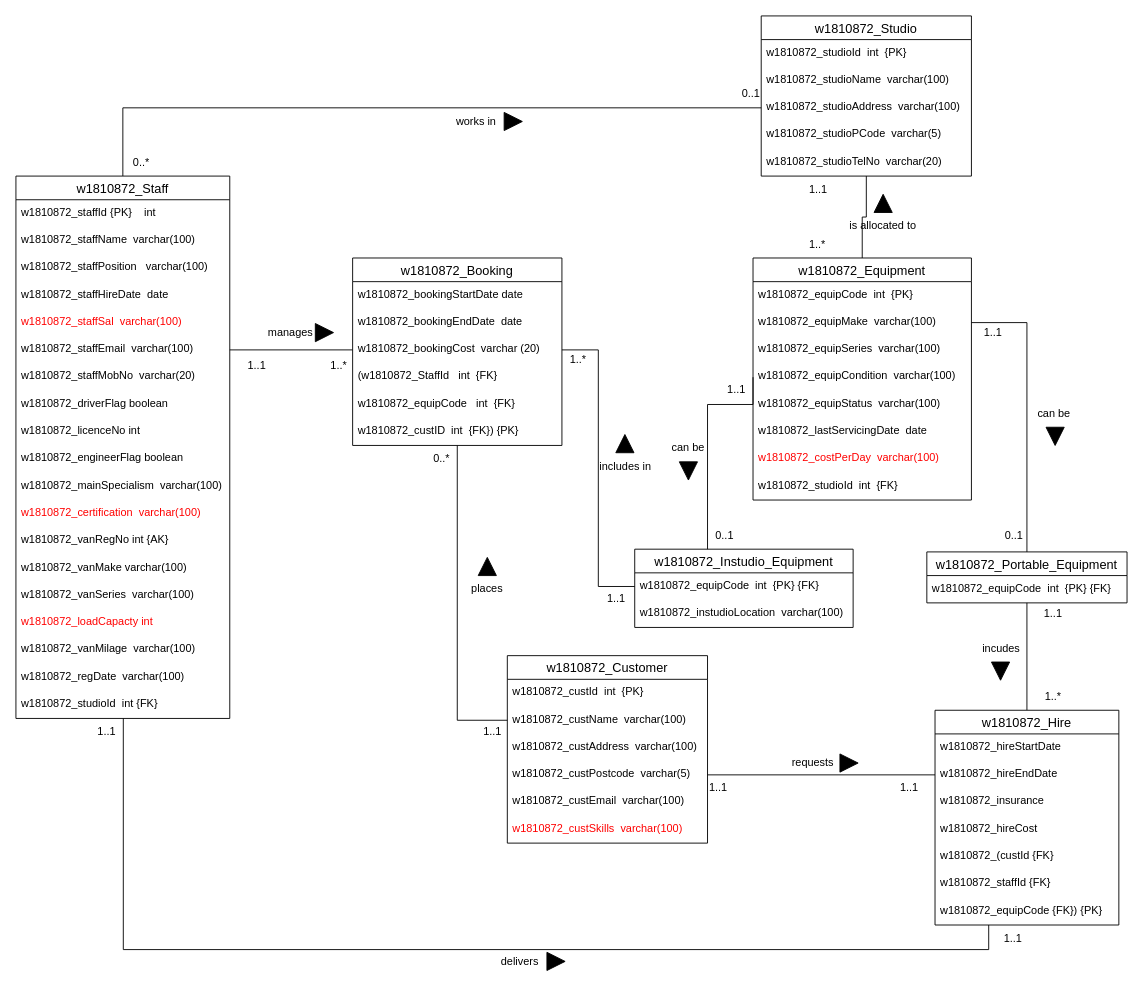
This is Part B/Part_B.drawio from ChitharaKarunasekera/DatabaseSystemsCoursework, a draw.io file, before an edit. Source tidied: cells renumbered, new cells numbered last; positions are measured from the earlier drawing's top-left corner, leaving out a move shared by most shapes. Both pictures are drawn from the tidied source at 91%, with x=0, y=0 at pixel (15, 15).
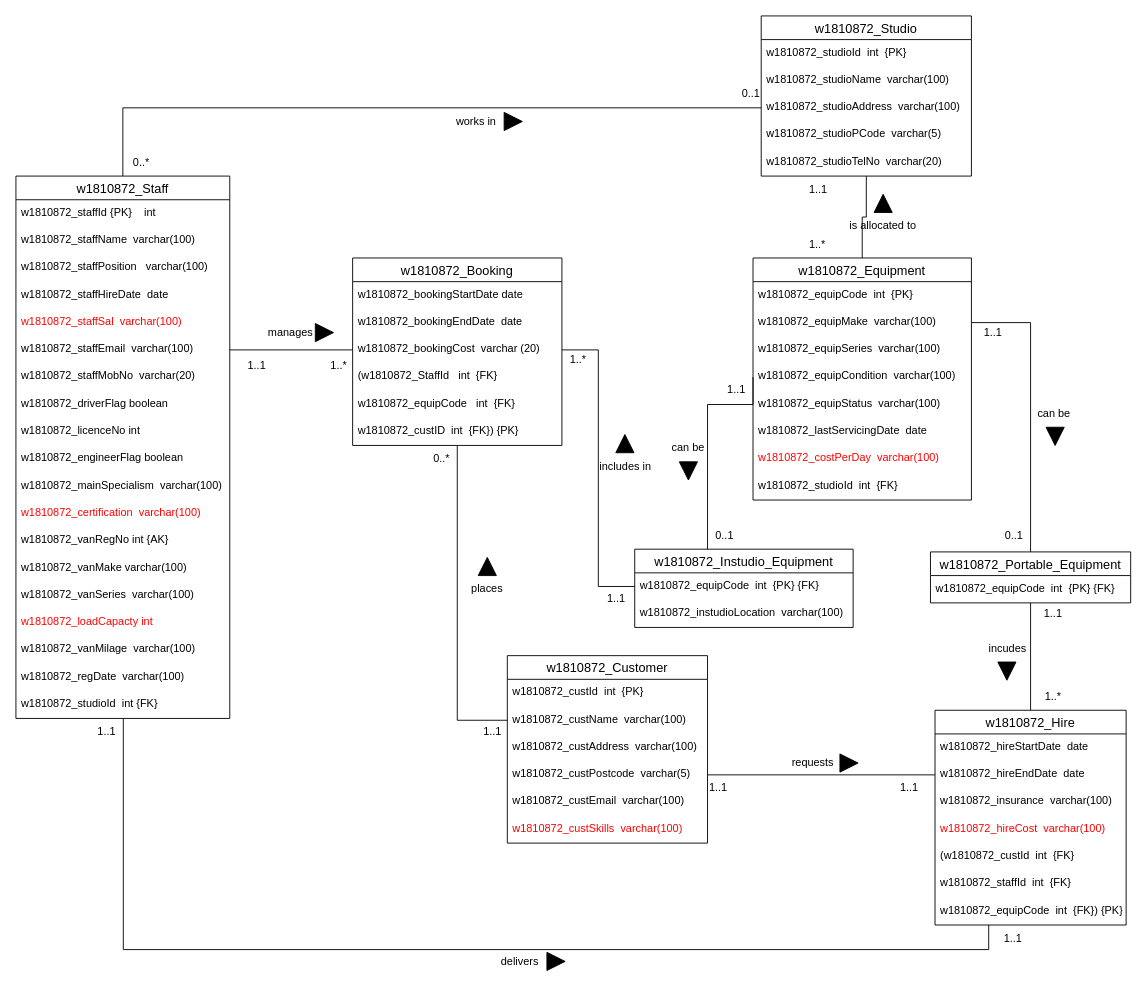
After the change.

Commit message:
added data types for all attributes

Change to the diagram source:
```diff
@@
     <mxCell id="37" value="w1810872_Portable_Equipment" style="swimlane;fontStyle=0;horizontal=1;startSize=26;align=center;fontSize=14;fontColor=#000000;" parent="1" vertex="1">
-      <mxGeometry x="1001" y="589" width="220" height="56" as="geometry" />
+      <mxGeometry x="1005" y="589" width="220" height="56" as="geometry" />
     </mxCell>
@@
     <mxCell id="77" value="w1810872_Hire" style="swimlane;fontStyle=0;horizontal=1;startSize=26;align=center;fontSize=14;fontColor=#000000;" parent="1" vertex="1">
-      <mxGeometry x="1010" y="763" width="202" height="236" as="geometry" />
+      <mxGeometry x="1010" y="763" width="210" height="236" as="geometry" />
     </mxCell>
-    <mxCell id="78" value="w1810872_hireStartDate" style="text;strokeColor=none;fillColor=none;spacingLeft=4;spacingRight=4;overflow=hidden;fontSize=12;fontColor=#000000;" parent="77" vertex="1">
-      <mxGeometry y="26" width="202" height="30" as="geometry" />
+    <mxCell id="78" value="w1810872_hireStartDate  date" style="text;strokeColor=none;fillColor=none;spacingLeft=4;spacingRight=4;overflow=hidden;fontSize=12;fontColor=#000000;" parent="77" vertex="1">
+      <mxGeometry y="26" width="210" height="30" as="geometry" />
     </mxCell>
-    <mxCell id="79" value="w1810872_hireEndDate" style="text;strokeColor=none;fillColor=none;spacingLeft=4;spacingRight=4;overflow=hidden;points=[[0,0.5],[1,0.5]];portConstraint=eastwest;fontSize=12;fontColor=#000000;" parent="77" vertex="1">
-      <mxGeometry y="56" width="202" height="30" as="geometry" />
+    <mxCell id="79" value="w1810872_hireEndDate  date" style="text;strokeColor=none;fillColor=none;spacingLeft=4;spacingRight=4;overflow=hidden;points=[[0,0.5],[1,0.5]];portConstraint=eastwest;fontSize=12;fontColor=#000000;" parent="77" vertex="1">
+      <mxGeometry y="56" width="210" height="30" as="geometry" />
     </mxCell>
-    <mxCell id="80" value="w1810872_insurance" style="text;strokeColor=none;fillColor=none;spacingLeft=4;spacingRight=4;overflow=hidden;fontSize=12;fontColor=#000000;" parent="77" vertex="1">
-      <mxGeometry y="86" width="202" height="30" as="geometry" />
+    <mxCell id="80" value="w1810872_insurance  varchar(100)" style="text;strokeColor=none;fillColor=none;spacingLeft=4;spacingRight=4;overflow=hidden;fontSize=12;fontColor=#000000;" parent="77" vertex="1">
+      <mxGeometry y="86" width="210" height="30" as="geometry" />
     </mxCell>
-    <mxCell id="81" value="w1810872_hireCost" style="text;strokeColor=none;fillColor=none;spacingLeft=4;spacingRight=4;overflow=hidden;fontSize=12;fontColor=#000000;" parent="77" vertex="1">
-      <mxGeometry y="116" width="202" height="30" as="geometry" />
+    <mxCell id="81" value="w1810872_hireCost  varchar(100)" style="text;strokeColor=none;fillColor=none;spacingLeft=4;spacingRight=4;overflow=hidden;fontSize=12;fontColor=#FF0000;" parent="77" vertex="1">
+      <mxGeometry y="116" width="210" height="30" as="geometry" />
     </mxCell>
-    <mxCell id="82" value="w1810872_(custId {FK}" style="text;strokeColor=none;fillColor=none;spacingLeft=4;spacingRight=4;overflow=hidden;fontSize=12;fontColor=#000000;" parent="77" vertex="1">
-      <mxGeometry y="146" width="202" height="30" as="geometry" />
+    <mxCell id="82" value="(w1810872_custId  int  {FK}" style="text;strokeColor=none;fillColor=none;spacingLeft=4;spacingRight=4;overflow=hidden;fontSize=12;fontColor=#000000;" parent="77" vertex="1">
+      <mxGeometry y="146" width="210" height="30" as="geometry" />
     </mxCell>
-    <mxCell id="83" value="w1810872_staffId {FK}" style="text;strokeColor=none;fillColor=none;spacingLeft=4;spacingRight=4;overflow=hidden;fontSize=12;" parent="77" vertex="1">
-      <mxGeometry y="176" width="202" height="30" as="geometry" />
+    <mxCell id="83" value="w1810872_staffId  int  {FK}" style="text;strokeColor=none;fillColor=none;spacingLeft=4;spacingRight=4;overflow=hidden;fontSize=12;" parent="77" vertex="1">
+      <mxGeometry y="176" width="210" height="30" as="geometry" />
     </mxCell>
-    <mxCell id="84" value="w1810872_equipCode {FK}) {PK}" style="text;strokeColor=none;fillColor=none;spacingLeft=4;spacingRight=4;overflow=hidden;fontSize=12;fontColor=#000000;" parent="77" vertex="1">
-      <mxGeometry y="206" width="202" height="30" as="geometry" />
+    <mxCell id="84" value="w1810872_equipCode  int  {FK}) {PK}" style="text;strokeColor=none;fillColor=none;spacingLeft=4;spacingRight=4;overflow=hidden;fontSize=12;fontColor=#000000;" parent="77" vertex="1">
+      <mxGeometry y="206" width="210" height="30" as="geometry" />
     </mxCell>
@@
     <mxCell id="96" value="incudes" style="text;html=1;strokeColor=none;fillColor=none;align=center;verticalAlign=middle;whiteSpace=wrap;rounded=0;fontColor=#000000;" parent="1" vertex="1">
-      <mxGeometry x="1053" y="680" width="60" height="30" as="geometry" />
+      <mxGeometry x="1060" y="680" width="60" height="30" as="geometry" />
     </mxCell>
     <mxCell id="97" style="triangle;whiteSpace=wrap;html=1;fontColor=#000000;direction=south;fillColor=#000000;" parent="1" vertex="1">
-      <mxGeometry x="1072" y="710" width="20" height="20" as="geometry" />
+      <mxGeometry x="1079" y="710" width="20" height="20" as="geometry" />
     </mxCell>
```
